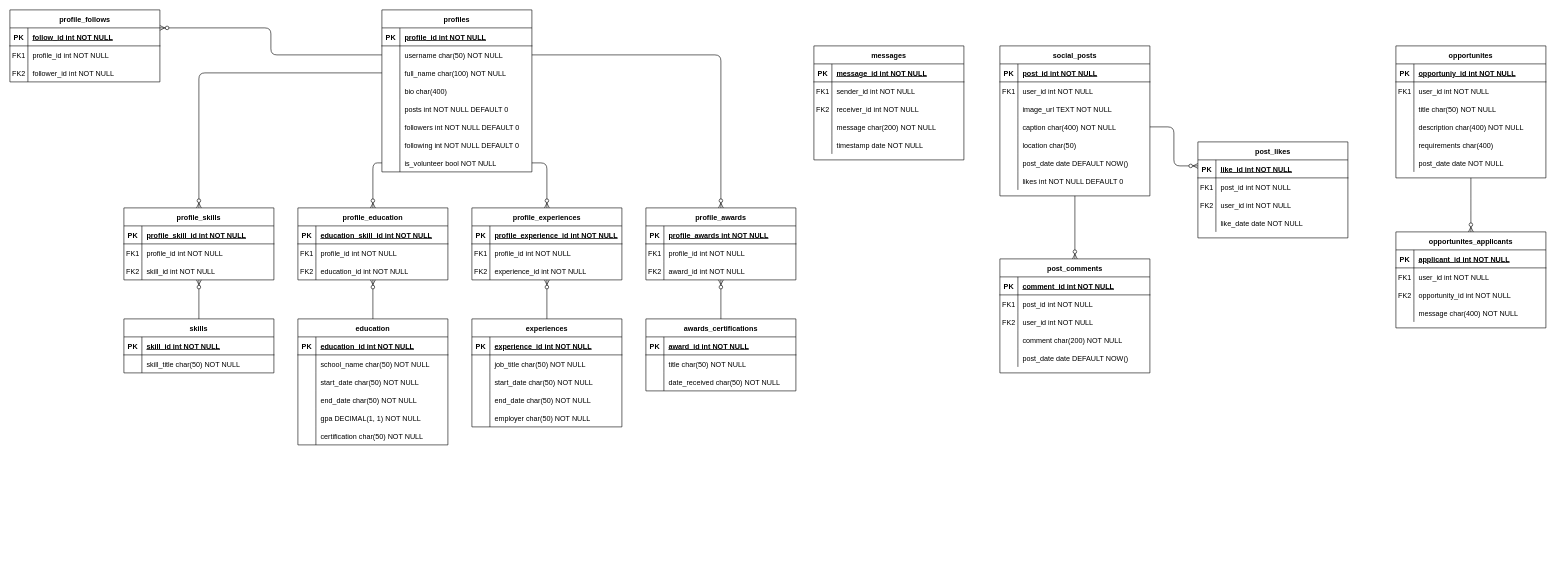
The draw.io diagram database/Karma DB.drawio in KonoNeko/Karma, before the edit. Source tidied: cells renumbered, new cells numbered last; positions are measured from the earlier drawing's top-left corner, leaving out a move shared by most shapes. Both pictures are drawn from the tidied source at 60%, with x=0, y=0 at pixel (10, 10).
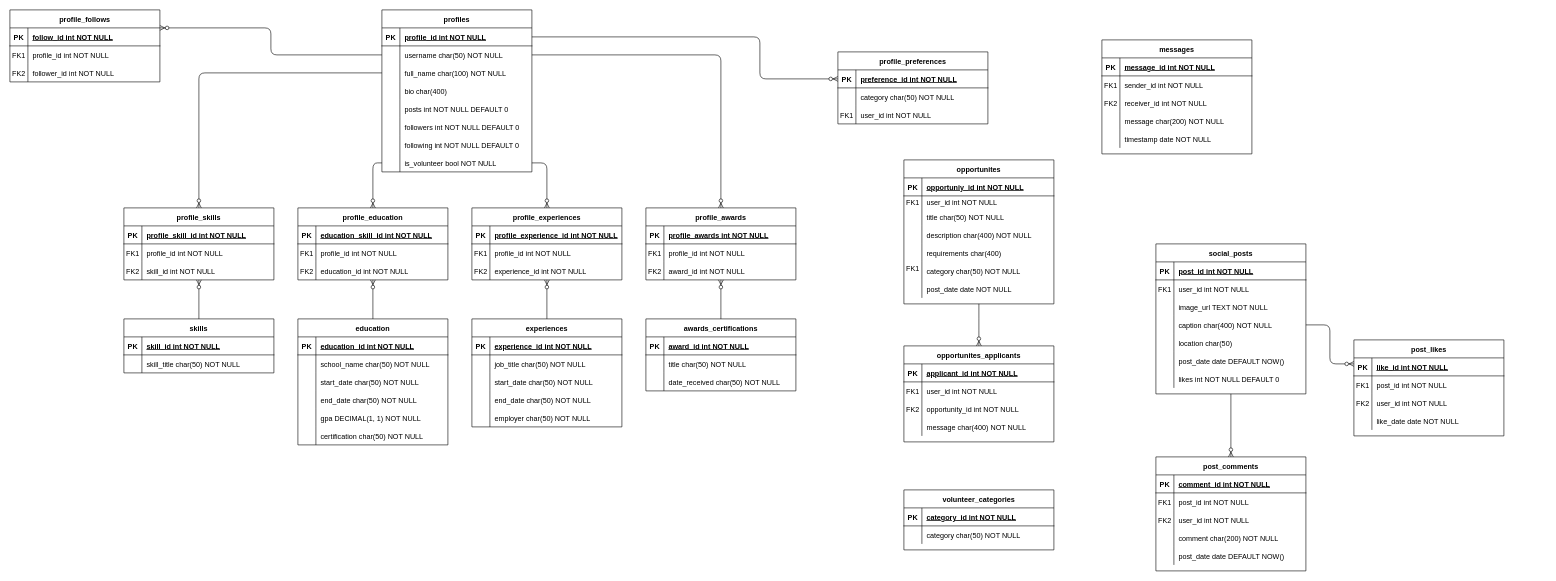
The same page after the edit.

Commit message (it also covers changes not shown here):
Added categories and profile preferences

Unchanged cells that the change refers to:
```xml
<mxCell id="44" style="shape=partialRectangle;fillColor=none;points=[[0,0.5],[1,0.5]];portConstraint=eastwest;top=0;left=0;right=0;bottom=1;" parent="43" vertex="1">
  <mxGeometry y="30" width="250" height="30" as="geometry" />
</mxCell>
```

The edit, as a diff of the source:
```diff
@@
     <mxCell id="2" value="social_posts" style="shape=table;startSize=30;childLayout=tableLayout;rowLines=0;fontStyle=1;align=center;" parent="1" vertex="1">
-      <mxGeometry x="1650" y="60" width="250" height="250" as="geometry" />
+      <mxGeometry x="1910" y="390" width="250" height="250" as="geometry" />
     </mxCell>
@@
     <mxCell id="24" value="opportunites" style="shape=table;startSize=30;childLayout=tableLayout;rowLines=0;fontStyle=1;align=center;" parent="1" vertex="1">
-      <mxGeometry x="2310" y="60" width="250" height="220" as="geometry" />
+      <mxGeometry x="1490" y="250" width="250" height="240" as="geometry" />
     </mxCell>
@@
     <mxCell id="28" style="shape=partialRectangle;fillColor=none;top=0;left=0;right=0;bottom=0;" parent="24" vertex="1">
-      <mxGeometry y="60" width="250" height="30" as="geometry" />
+      <mxGeometry y="60" width="250" height="20" as="geometry" />
     </mxCell>
     <mxCell id="29" value="FK1" style="shape=partialRectangle;overflow=hidden;fillColor=none;top=0;left=0;bottom=0;right=0;" parent="28" vertex="1">
-      <mxGeometry width="30" height="30" as="geometry" />
+      <mxGeometry width="30" height="20" as="geometry" />
     </mxCell>
     <mxCell id="30" value="user_id int NOT NULL" style="shape=partialRectangle;overflow=hidden;fillColor=none;top=0;left=0;bottom=0;right=0;align=left;spacingLeft=6;" parent="28" vertex="1">
-      <mxGeometry x="30" width="220" height="30" as="geometry" />
+      <mxGeometry x="30" width="220" height="20" as="geometry" />
     </mxCell>
     <mxCell id="31" style="shape=partialRectangle;fillColor=none;top=0;left=0;right=0;bottom=0;" parent="24" vertex="1">
-      <mxGeometry y="90" width="250" height="30" as="geometry" />
+      <mxGeometry y="80" width="250" height="30" as="geometry" />
     </mxCell>
@@
     <mxCell id="34" style="shape=partialRectangle;fillColor=none;top=0;left=0;right=0;bottom=0;" parent="24" vertex="1">
-      <mxGeometry y="120" width="250" height="30" as="geometry" />
+      <mxGeometry y="110" width="250" height="30" as="geometry" />
     </mxCell>
@@
     <mxCell id="37" style="shape=partialRectangle;fillColor=none;top=0;left=0;right=0;bottom=0;" parent="24" vertex="1">
-      <mxGeometry y="150" width="250" height="30" as="geometry" />
+      <mxGeometry y="140" width="250" height="30" as="geometry" />
     </mxCell>
@@
+    <mxCell id="250" style="shape=partialRectangle;fillColor=none;top=0;left=0;right=0;bottom=0;" parent="24" vertex="1">
+      <mxGeometry y="170" width="250" height="30" as="geometry" />
+    </mxCell>
+    <mxCell id="251" style="shape=partialRectangle;overflow=hidden;fillColor=none;top=0;left=0;bottom=0;right=0;" parent="250" vertex="1">
+      <mxGeometry width="30" height="30" as="geometry" />
+    </mxCell>
+    <mxCell id="252" value="category char(50) NOT NULL" style="shape=partialRectangle;overflow=hidden;fillColor=none;top=0;left=0;bottom=0;right=0;align=left;spacingLeft=6;" parent="250" vertex="1">
+      <mxGeometry x="30" width="220" height="30" as="geometry" />
+    </mxCell>
     <mxCell id="40" style="shape=partialRectangle;fillColor=none;top=0;left=0;right=0;bottom=0;" parent="24" vertex="1">
-      <mxGeometry y="180" width="250" height="30" as="geometry" />
+      <mxGeometry y="200" width="250" height="30" as="geometry" />
     </mxCell>
@@
     <mxCell id="68" value="messages" style="shape=table;startSize=30;childLayout=tableLayout;rowLines=0;fontStyle=1;align=center;" parent="1" vertex="1">
-      <mxGeometry x="1340" y="60" width="250" height="190" as="geometry" />
+      <mxGeometry x="1820" y="50" width="250" height="190" as="geometry" />
     </mxCell>
@@
     <mxCell id="184" value="opportunites_applicants" style="shape=table;startSize=30;childLayout=tableLayout;rowLines=0;fontStyle=1;align=center;" parent="1" vertex="1">
-      <mxGeometry x="2310" y="370" width="250" height="160" as="geometry" />
+      <mxGeometry x="1490" y="560" width="250" height="160" as="geometry" />
     </mxCell>
@@
     <mxCell id="197" value="post_comments" style="shape=table;startSize=30;childLayout=tableLayout;rowLines=0;fontStyle=1;align=center;" parent="1" vertex="1">
-      <mxGeometry x="1650" y="415" width="250" height="190" as="geometry" />
+      <mxGeometry x="1910" y="745" width="250" height="190" as="geometry" />
     </mxCell>
@@
     <mxCell id="213" value="post_likes" style="shape=table;startSize=30;childLayout=tableLayout;rowLines=0;fontStyle=1;align=center;" parent="1" vertex="1">
-      <mxGeometry x="1980" y="220" width="250" height="160" as="geometry" />
+      <mxGeometry x="2240" y="550" width="250" height="160" as="geometry" />
     </mxCell>
@@
     <mxCell id="234" style="edgeStyle=orthogonalEdgeStyle;fontSize=12;html=1;endArrow=ERzeroToMany;endFill=1;exitX=0.5;exitY=1;exitDx=0;exitDy=0;" parent="1" edge="1" source="24">
       <mxGeometry relative="1" as="geometry">
-        <mxPoint x="2435" y="370" as="targetPoint" />
+        <mxPoint x="1615" y="560" as="targetPoint" />
       </mxGeometry>
     </mxCell>
@@
+    <mxCell id="253" value="volunteer_categories" style="shape=table;startSize=30;childLayout=tableLayout;rowLines=0;fontStyle=1;align=center;" parent="1" vertex="1">
+      <mxGeometry x="1490" y="800" width="250" height="100" as="geometry" />
+    </mxCell>
+    <mxCell id="254" style="shape=partialRectangle;fillColor=none;top=0;left=0;right=0;bottom=1;" parent="253" vertex="1">
+      <mxGeometry y="30" width="250" height="30" as="geometry" />
+    </mxCell>
+    <mxCell id="255" value="PK" style="shape=partialRectangle;overflow=hidden;fillColor=none;top=0;left=0;bottom=0;right=0;fontStyle=1;" parent="254" vertex="1">
+      <mxGeometry width="30" height="30" as="geometry" />
+    </mxCell>
+    <mxCell id="256" value="category_id int NOT NULL " style="shape=partialRectangle;overflow=hidden;fillColor=none;top=0;left=0;bottom=0;right=0;align=left;spacingLeft=6;fontStyle=5;" parent="254" vertex="1">
+      <mxGeometry x="30" width="220" height="30" as="geometry" />
+    </mxCell>
+    <mxCell id="257" style="shape=partialRectangle;fillColor=none;top=0;left=0;right=0;bottom=0;" parent="253" vertex="1">
+      <mxGeometry y="60" width="250" height="30" as="geometry" />
+    </mxCell>
+    <mxCell id="258" style="shape=partialRectangle;overflow=hidden;fillColor=none;top=0;left=0;bottom=0;right=0;" parent="257" vertex="1">
+      <mxGeometry width="30" height="30" as="geometry" />
+    </mxCell>
+    <mxCell id="259" value="category char(50) NOT NULL" style="shape=partialRectangle;overflow=hidden;fillColor=none;top=0;left=0;bottom=0;right=0;align=left;spacingLeft=6;" parent="257" vertex="1">
+      <mxGeometry x="30" width="220" height="30" as="geometry" />
+    </mxCell>
+    <mxCell id="260" value="FK1" style="shape=partialRectangle;overflow=hidden;fillColor=none;top=0;left=0;bottom=0;right=0;" parent="1" vertex="1">
+      <mxGeometry x="1490" y="420" width="30" height="20" as="geometry" />
+    </mxCell>
+    <mxCell id="261" value="profile_preferences" style="shape=table;startSize=30;childLayout=tableLayout;rowLines=0;fontStyle=1;align=center;" parent="1" vertex="1">
+      <mxGeometry x="1380" y="70" width="250" height="120" as="geometry" />
+    </mxCell>
+    <mxCell id="262" style="shape=partialRectangle;fillColor=none;points=[[0,0.5],[1,0.5]];portConstraint=eastwest;top=0;left=0;right=0;bottom=1;" parent="261" vertex="1">
+      <mxGeometry y="30" width="250" height="30" as="geometry" />
+    </mxCell>
+    <mxCell id="263" value="PK" style="shape=partialRectangle;overflow=hidden;fillColor=none;top=0;left=0;bottom=0;right=0;fontStyle=1;" parent="262" vertex="1">
+      <mxGeometry width="30" height="30" as="geometry" />
+    </mxCell>
+    <mxCell id="264" value="preference_id int NOT NULL " style="shape=partialRectangle;overflow=hidden;fillColor=none;top=0;left=0;bottom=0;right=0;align=left;spacingLeft=6;fontStyle=5;" parent="262" vertex="1">
+      <mxGeometry x="30" width="220" height="30" as="geometry" />
+    </mxCell>
+    <mxCell id="265" style="shape=partialRectangle;fillColor=none;top=0;left=0;right=0;bottom=0;" parent="261" vertex="1">
+      <mxGeometry y="60" width="250" height="30" as="geometry" />
+    </mxCell>
+    <mxCell id="266" style="shape=partialRectangle;overflow=hidden;fillColor=none;top=0;left=0;bottom=0;right=0;" parent="265" vertex="1">
+      <mxGeometry width="30" height="30" as="geometry" />
+    </mxCell>
+    <mxCell id="267" value="category char(50) NOT NULL" style="shape=partialRectangle;overflow=hidden;fillColor=none;top=0;left=0;bottom=0;right=0;align=left;spacingLeft=6;" parent="265" vertex="1">
+      <mxGeometry x="30" width="220" height="30" as="geometry" />
+    </mxCell>
+    <mxCell id="268" style="shape=partialRectangle;fillColor=none;top=0;left=0;right=0;bottom=0;" parent="261" vertex="1">
+      <mxGeometry y="90" width="250" height="30" as="geometry" />
+    </mxCell>
+    <mxCell id="269" style="shape=partialRectangle;overflow=hidden;fillColor=none;top=0;left=0;bottom=0;right=0;" parent="268" vertex="1">
+      <mxGeometry width="30" height="30" as="geometry" />
+    </mxCell>
+    <mxCell id="270" value="user_id int NOT NULL" style="shape=partialRectangle;overflow=hidden;fillColor=none;top=0;left=0;bottom=0;right=0;align=left;spacingLeft=6;" parent="268" vertex="1">
+      <mxGeometry x="30" width="220" height="30" as="geometry" />
+    </mxCell>
+    <mxCell id="271" value="FK1" style="shape=partialRectangle;overflow=hidden;fillColor=none;top=0;left=0;bottom=0;right=0;" parent="1" vertex="1">
+      <mxGeometry x="1380" y="160" width="30" height="30" as="geometry" />
+    </mxCell>
+    <mxCell id="272" style="edgeStyle=orthogonalEdgeStyle;fontSize=12;html=1;endArrow=ERzeroToMany;endFill=1;entryX=0;entryY=0.5;entryDx=0;entryDy=0;" parent="1" edge="1" source="44" target="262">
+      <mxGeometry relative="1" as="geometry">
+        <Array as="points">
+          <mxPoint x="1250" y="45" />
+          <mxPoint x="1250" y="115" />
+        </Array>
+      </mxGeometry>
+    </mxCell>
```
